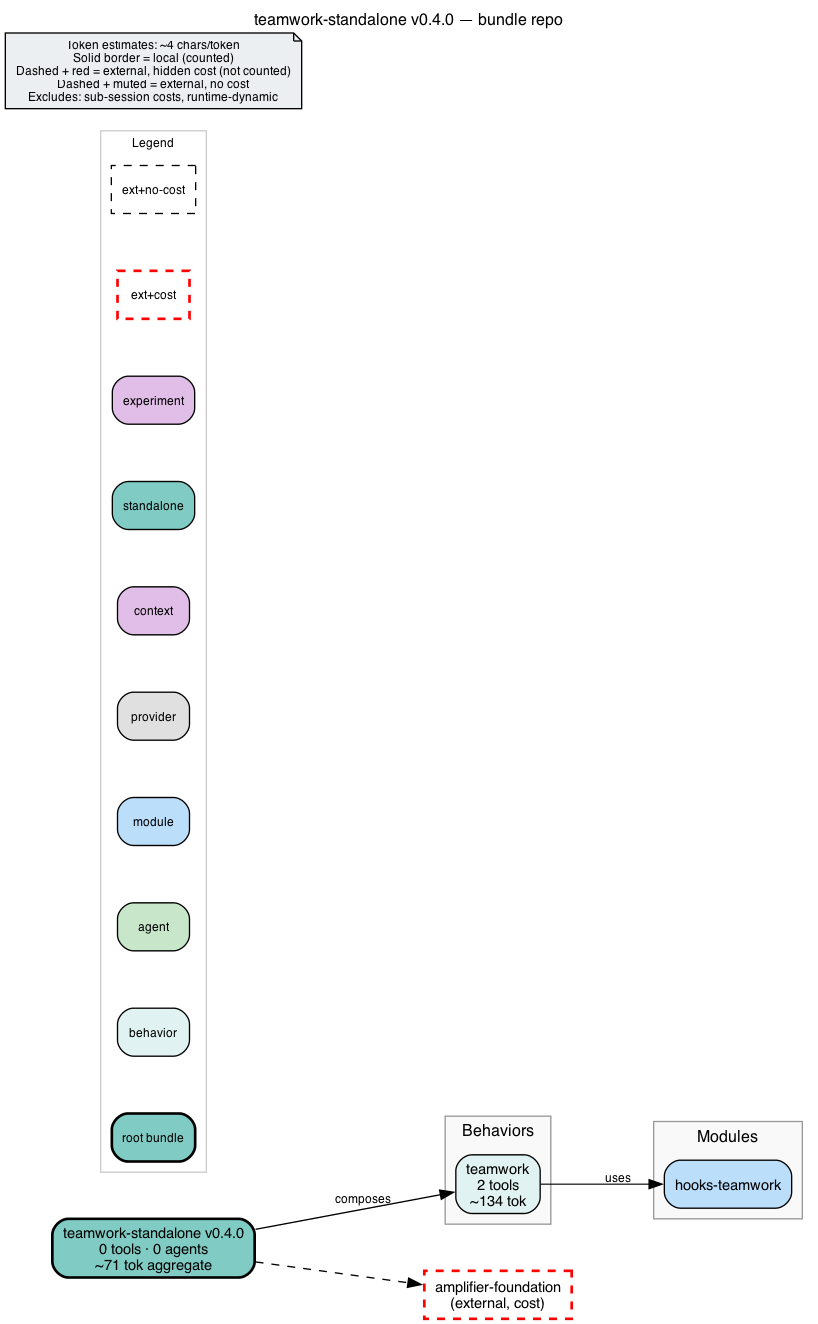
This is bundle.png from michaeljabbour/amplifier-bundle-teamwork, a Graphviz export, as it was before one commit. Its source is kept beside it as bundle.dot.
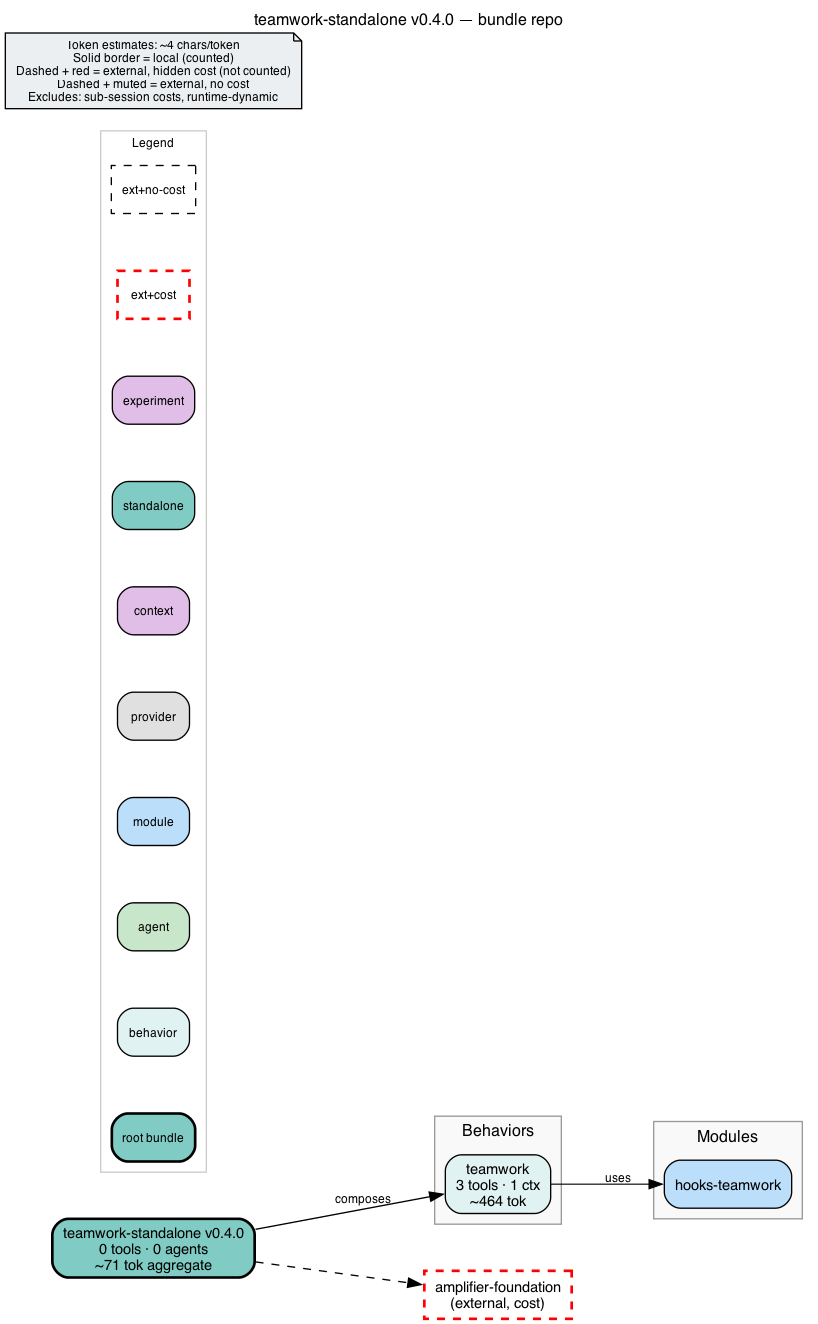
Above is the later version.

Commit message:
test(guidance): verify real Foundation composition and refresh diagram

Change to the diagram source:
```diff
@@ -8,7 +8,7 @@
     nodesep=0.6
     ranksep=0.7
     bgcolor="white"
-    source_hash="b5ff6cb4081161bc2b07aa43f3b7a8d33ab7bb939c75089f2aae91c9d2cd6b20"
+    source_hash="b66cdc2e0fc6b68744eeab3f682b39f7d01c18b2244c017688c97c7a67b27a98"
 
     node [fontname="Helvetica", fontsize=11, style="filled,rounded"]
     edge [fontname="Helvetica", fontsize=9]
@@ -21,7 +21,7 @@
         fillcolor="#f9f9f9"
         color="#999999"
 
-        beh_teamwork [label="teamwork\n2 tools\n~134 tok", shape=box, fillcolor="#e0f2f1", style="filled,rounded"]
+        beh_teamwork [label="teamwork\n3 tools · 1 ctx\n~464 tok", shape=box, fillcolor="#e0f2f1", style="filled,rounded"]
     }
 
     subgraph cluster_modules {
```
